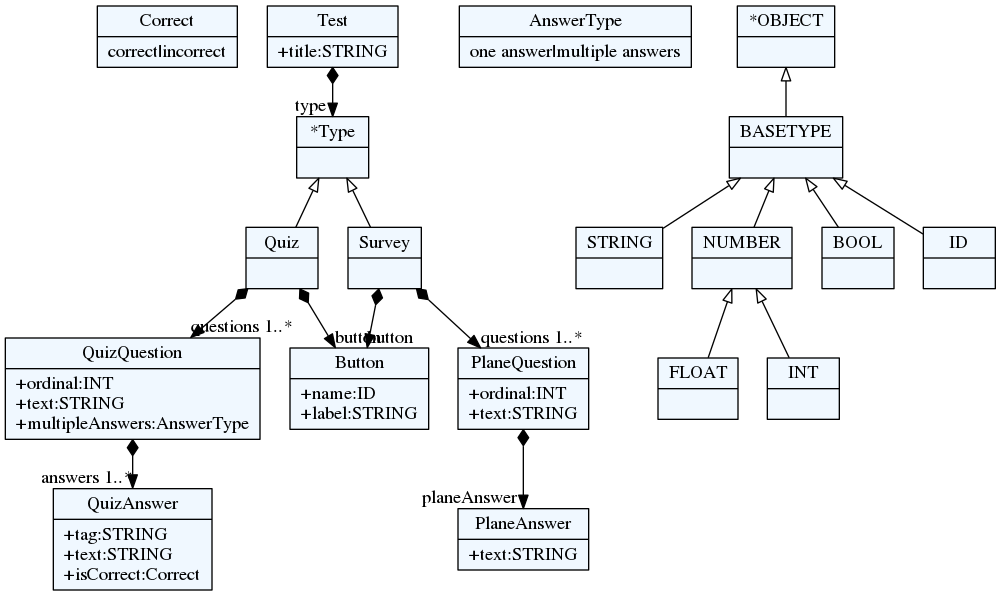
Earlier version of the Graphviz export quiz/quiz.png (igen-ftn/quizgen). Its source is kept beside it as quiz/quiz.dot.
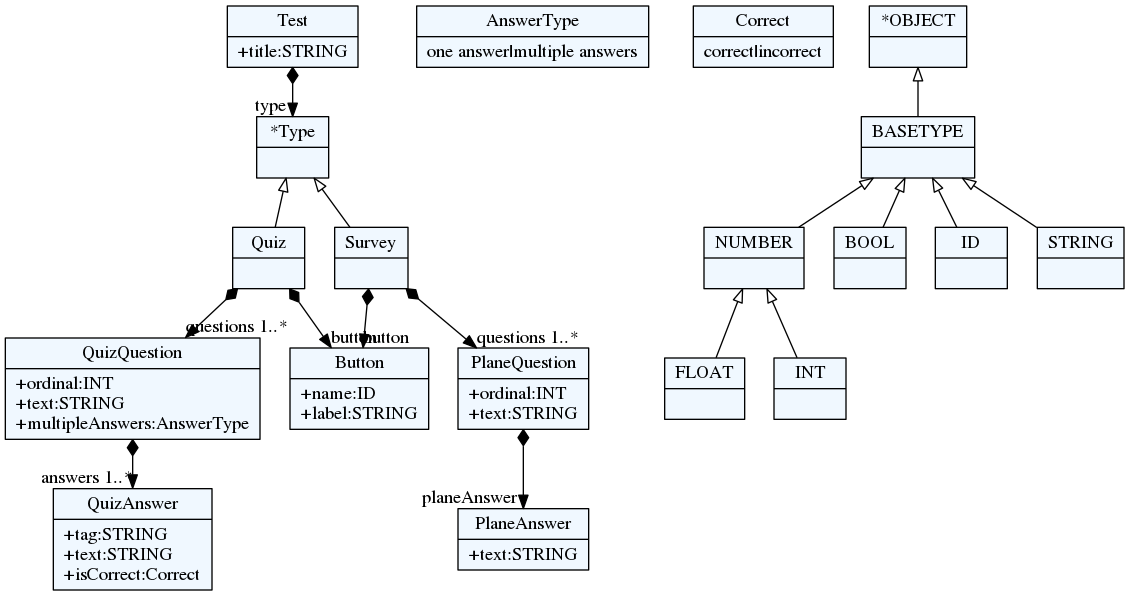
Above is the later version.

Diff of the diagram source:
```diff
@@ -10,59 +10,59 @@
     edge[dir=black,arrowtail=empty]
 
 
-39772760[ label="{Correct|correct\|incorrect}"]
+30023624[ label="{QuizAnswer|+tag:STRING\l+text:STRING\l+isCorrect:Correct\l}"]
 
-40108936[ label="{*Type|}"]
-40108936 -> 39930504 [dir=back]
-40108936 -> 39959240 [dir=back]
+29637864[ label="{PlaneAnswer|+text:STRING\l}"]
 
-39930504 -> 39899768[arrowtail=diamond, dir=both, headlabel="questions 1..*"]
-39930504 -> 40204968[arrowtail=diamond, dir=both, headlabel="button "]
-39930504[ label="{Quiz|}"]
+30083048 -> 29637864[arrowtail=diamond, dir=both, headlabel="planeAnswer "]
+30083048[ label="{PlaneQuestion|+ordinal:INT\l+text:STRING\l}"]
 
-40204968[ label="{Button|+name:ID\l+label:STRING\l}"]
+29095336[ label="{*Type|}"]
+29095336 -> 30211784 [dir=back]
+29095336 -> 30156664 [dir=back]
 
-40199880[ label="{PlaneAnswer|+text:STRING\l}"]
+30192040 -> 30023624[arrowtail=diamond, dir=both, headlabel="answers 1..*"]
+30192040[ label="{QuizQuestion|+ordinal:INT\l+text:STRING\l+multipleAnswers:AnswerType\l}"]
 
-39959240 -> 39524968[arrowtail=diamond, dir=both, headlabel="questions 1..*"]
-39959240 -> 40204968[arrowtail=diamond, dir=both, headlabel="button "]
-39959240[ label="{Survey|}"]
+30308744 -> 29095336[arrowtail=diamond, dir=both, headlabel="type "]
+30308744[ label="{Test|+title:STRING\l}"]
 
-39899768 -> 39984952[arrowtail=diamond, dir=both, headlabel="answers 1..*"]
-39899768[ label="{QuizQuestion|+ordinal:INT\l+text:STRING\l+multipleAnswers:AnswerType\l}"]
+30156664 -> 30083048[arrowtail=diamond, dir=both, headlabel="questions 1..*"]
+30156664 -> 30202856[arrowtail=diamond, dir=both, headlabel="button "]
+30156664[ label="{Survey|}"]
 
-39984952[ label="{QuizAnswer|+tag:STRING\l+text:STRING\l+isCorrect:Correct\l}"]
+30225736[ label="{AnswerType|one answer\|multiple answers}"]
 
-40090328 -> 40108936[arrowtail=diamond, dir=both, headlabel="type "]
-40090328[ label="{Test|+title:STRING\l}"]
+30047176[ label="{Correct|correct\|incorrect}"]
 
-39524968 -> 40199880[arrowtail=diamond, dir=both, headlabel="planeAnswer "]
-39524968[ label="{PlaneQuestion|+ordinal:INT\l+text:STRING\l}"]
+30211784 -> 30192040[arrowtail=diamond, dir=both, headlabel="questions 1..*"]
+30211784 -> 30202856[arrowtail=diamond, dir=both, headlabel="button "]
+30211784[ label="{Quiz|}"]
 
-40000920[ label="{AnswerType|one answer\|multiple answers}"]
+30202856[ label="{Button|+name:ID\l+label:STRING\l}"]
 
-40082056[ label="{STRING|}"]
+29606488[ label="{NUMBER|}"]
+29606488 -> 30013160 [dir=back]
+29606488 -> 29087000 [dir=back]
 
-39612584[ label="{FLOAT|}"]
+30278536[ label="{BOOL|}"]
 
-40120472[ label="{NUMBER|}"]
-40120472 -> 39612584 [dir=back]
-40120472 -> 39957256 [dir=back]
+29913288[ label="{*OBJECT|}"]
+29913288 -> 29528504 [dir=back]
 
-39957256[ label="{INT|}"]
+29528504[ label="{BASETYPE|}"]
+29528504 -> 29606488 [dir=back]
+29528504 -> 30278536 [dir=back]
+29528504 -> 29853048 [dir=back]
+29528504 -> 30059064 [dir=back]
 
-39787144[ label="{*OBJECT|}"]
-39787144 -> 39865608 [dir=back]
+29087000[ label="{INT|}"]
 
-39865608[ label="{BASETYPE|}"]
-39865608 -> 40120472 [dir=back]
-39865608 -> 39854776 [dir=back]
-39865608 -> 39531896 [dir=back]
-39865608 -> 40082056 [dir=back]
+30059064[ label="{STRING|}"]
 
-39854776[ label="{BOOL|}"]
+29853048[ label="{ID|}"]
 
-39531896[ label="{ID|}"]
+30013160[ label="{FLOAT|}"]
 
 
 }
```
